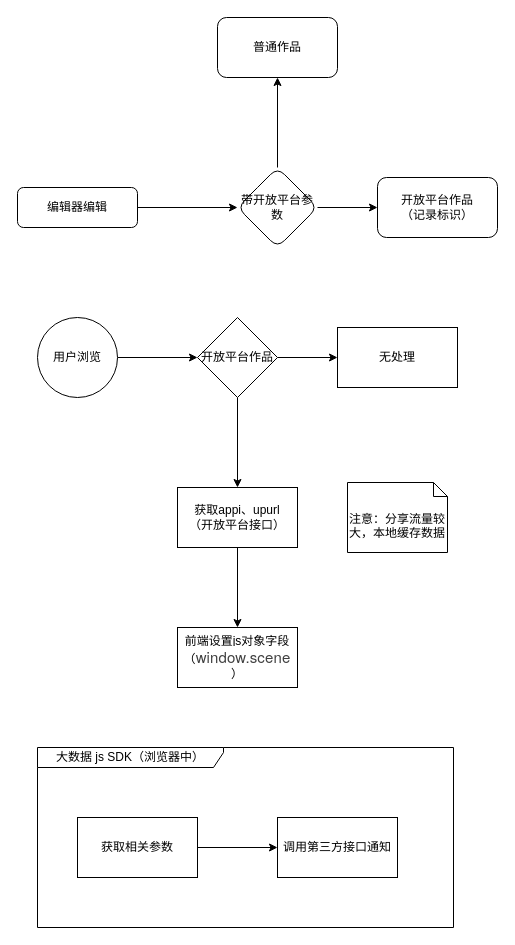
Earlier version of the draw.io diagram 开放平台买点.drawio (hesimin/drawio). Source tidied: cells renumbered, new cells numbered last; positions are measured from the earlier drawing's top-left corner, leaving out a move shared by most shapes. Both pictures are drawn from the tidied source at 100%, with x=0, y=0 at pixel (17, 17).
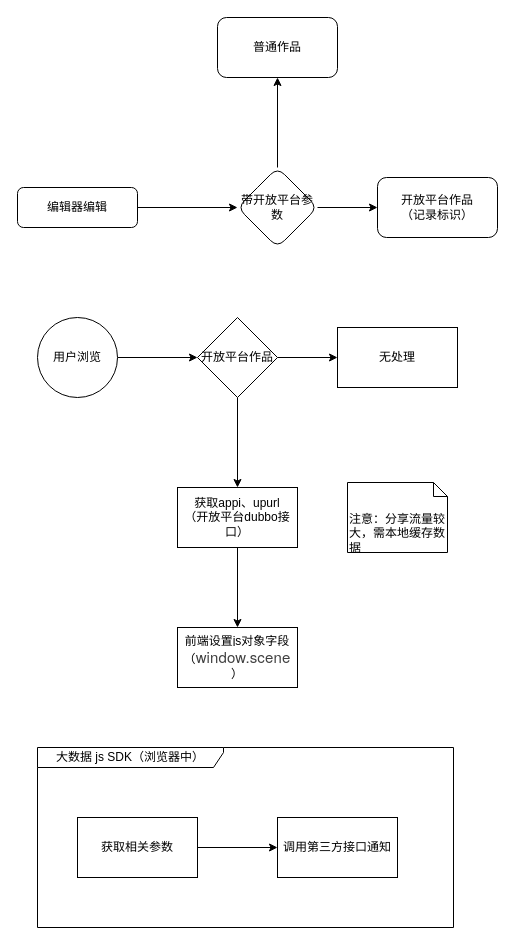
The same page after the edit.

Commit message (it also covers changes not shown here):
更新开放平台买点.drawio

Change to the diagram source:
```diff
@@
-    <mxCell id="11" value="获取appi、upurl&lt;br&gt;（开放平台接口）" style="whiteSpace=wrap;html=1;" parent="1" vertex="1">
+    <mxCell id="11" value="获取appi、upurl&lt;br&gt;（开放平台dubbo接口）" style="whiteSpace=wrap;html=1;" parent="1" vertex="1">
       <mxGeometry x="160" y="470" width="120" height="60" as="geometry" />
     </mxCell>
@@
-    <mxCell id="22" value="&lt;br&gt;&lt;br&gt;注意：分享流量较大，本地缓存数据" style="shape=note;whiteSpace=wrap;html=1;size=14;verticalAlign=top;align=left;spacingTop=-6;" parent="1" vertex="1">
+    <mxCell id="22" value="&lt;br&gt;&lt;br&gt;注意：分享流量较大，需本地缓存数据" style="shape=note;whiteSpace=wrap;html=1;size=14;verticalAlign=top;align=left;spacingTop=-6;" parent="1" vertex="1">
       <mxGeometry x="330" y="465" width="100" height="70" as="geometry" />
     </mxCell>
```
